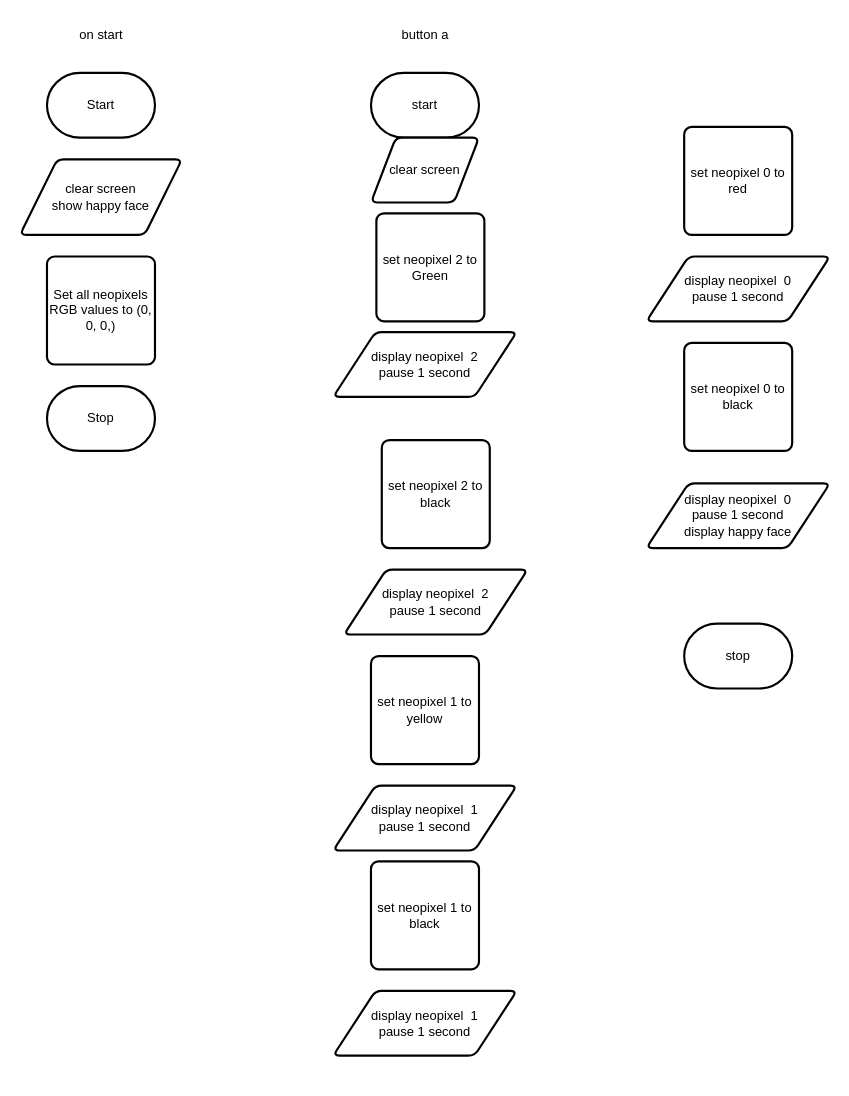
Before: design/flowchart.drawio in MTHS-TEJ2O-1-2023/TEJ2O-Unit-5-05-michael-bruneau, a draw.io diagram. Source tidied: cells renumbered, new cells numbered last; positions are measured from the earlier drawing's top-left corner, leaving out a move shared by most shapes. Both pictures are drawn from the tidied source at 108%, with x=0, y=0 at pixel (19, 18).
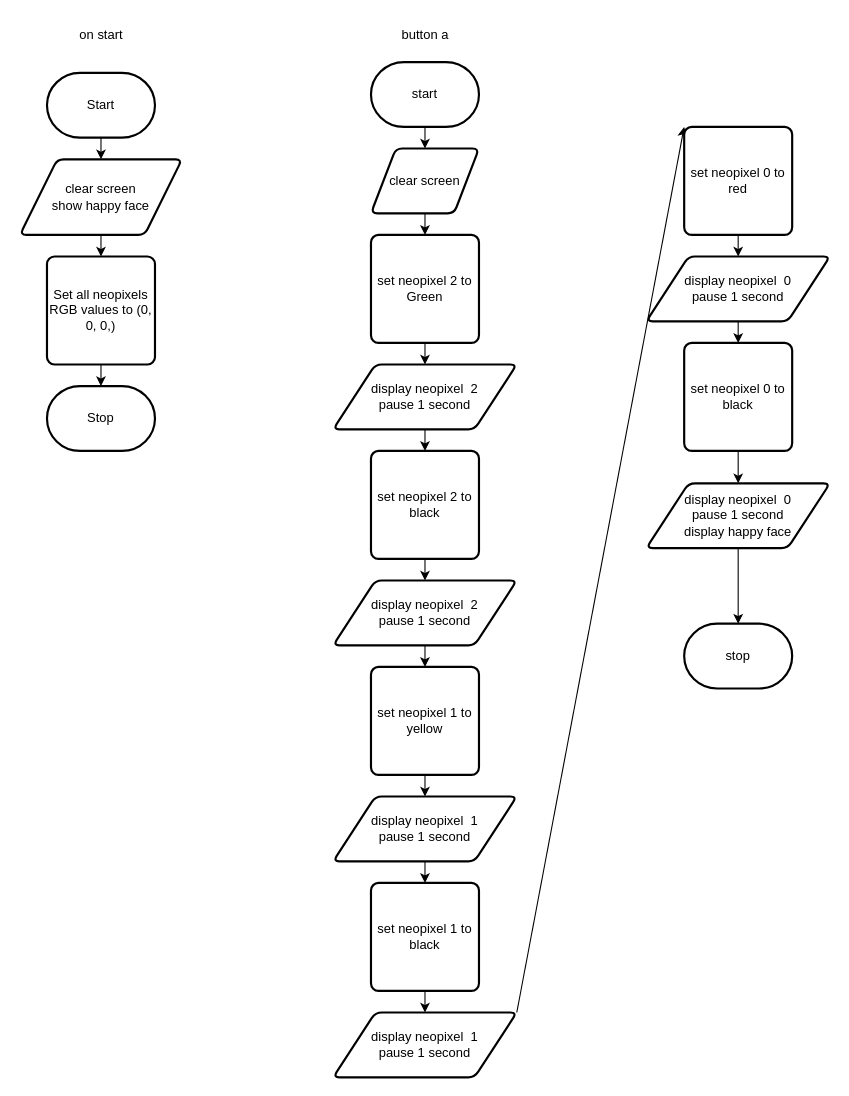
Above is the later version.

The change refers to these unchanged cells:
```xml
<mxCell id="2" value="Start" style="strokeWidth=2;html=1;shape=mxgraph.flowchart.terminator;whiteSpace=wrap;" parent="1" vertex="1">
  <mxGeometry x="25" y="50" width="100" height="60" as="geometry" />
</mxCell>
<mxCell id="3" value="Stop" style="strokeWidth=2;html=1;shape=mxgraph.flowchart.terminator;whiteSpace=wrap;" parent="1" vertex="1">
  <mxGeometry x="25" y="340" width="100" height="60" as="geometry" />
</mxCell>
<mxCell id="5" value="clear screen&lt;br&gt;show happy face" style="shape=parallelogram;html=1;strokeWidth=2;perimeter=parallelogramPerimeter;whiteSpace=wrap;rounded=1;arcSize=12;size=0.23;" parent="1" vertex="1">
  <mxGeometry y="130" width="150" height="70" as="geometry" />
</mxCell>
<mxCell id="6" value="Set all neopixels RGB values to (0, 0, 0,)" style="rounded=1;whiteSpace=wrap;html=1;absoluteArcSize=1;arcSize=14;strokeWidth=2;" parent="1" vertex="1">
  <mxGeometry x="25" y="220" width="100" height="100" as="geometry" />
</mxCell>
<mxCell id="8" value="stop" style="strokeWidth=2;html=1;shape=mxgraph.flowchart.terminator;whiteSpace=wrap;" parent="1" vertex="1">
  <mxGeometry x="615" y="560" width="100" height="60" as="geometry" />
</mxCell>
<mxCell id="19" value="set neopixel 0 to red" style="rounded=1;whiteSpace=wrap;html=1;absoluteArcSize=1;arcSize=14;strokeWidth=2;" parent="1" vertex="1">
  <mxGeometry x="615" y="100" width="100" height="100" as="geometry" />
</mxCell>
<mxCell id="20" value="display neopixel&amp;nbsp; 0&lt;br&gt;pause 1 second" style="shape=parallelogram;html=1;strokeWidth=2;perimeter=parallelogramPerimeter;whiteSpace=wrap;rounded=1;arcSize=12;size=0.23;" parent="1" vertex="1">
  <mxGeometry x="580" y="220" width="170" height="60" as="geometry" />
</mxCell>
<mxCell id="21" value="set neopixel 0 to black" style="rounded=1;whiteSpace=wrap;html=1;absoluteArcSize=1;arcSize=14;strokeWidth=2;" parent="1" vertex="1">
  <mxGeometry x="615" y="300" width="100" height="100" as="geometry" />
</mxCell>
<mxCell id="22" value="display neopixel&amp;nbsp; 0&lt;br&gt;pause 1 second&lt;br&gt;display happy face" style="shape=parallelogram;html=1;strokeWidth=2;perimeter=parallelogramPerimeter;whiteSpace=wrap;rounded=1;arcSize=12;size=0.23;" parent="1" vertex="1">
  <mxGeometry x="580" y="430" width="170" height="60" as="geometry" />
</mxCell>
```

Change to the diagram source:
```diff
@@
+    <mxCell id="23" style="edgeStyle=none;html=1;exitX=0.5;exitY=1;exitDx=0;exitDy=0;exitPerimeter=0;entryX=0.5;entryY=0;entryDx=0;entryDy=0;" parent="1" edge="1" source="2" target="5">
+      <mxGeometry relative="1" as="geometry" />
+    </mxCell>
@@
+    <mxCell id="24" style="edgeStyle=none;html=1;exitX=0.5;exitY=1;exitDx=0;exitDy=0;entryX=0.5;entryY=0;entryDx=0;entryDy=0;" parent="1" edge="1" source="5" target="6">
+      <mxGeometry relative="1" as="geometry" />
+    </mxCell>
@@
+    <mxCell id="25" style="edgeStyle=none;html=1;exitX=0.5;exitY=1;exitDx=0;exitDy=0;" parent="1" edge="1" source="6" target="3">
+      <mxGeometry relative="1" as="geometry" />
+    </mxCell>
@@
+    <mxCell id="26" style="edgeStyle=none;html=1;exitX=0.5;exitY=1;exitDx=0;exitDy=0;exitPerimeter=0;entryX=0.5;entryY=0;entryDx=0;entryDy=0;" parent="1" edge="1" source="7" target="12">
+      <mxGeometry relative="1" as="geometry" />
+    </mxCell>
     <mxCell id="7" value="start" style="strokeWidth=2;html=1;shape=mxgraph.flowchart.terminator;whiteSpace=wrap;" parent="1" vertex="1">
-      <mxGeometry x="325" y="50" width="100" height="60" as="geometry" />
+      <mxGeometry x="325" y="40" width="100" height="60" as="geometry" />
     </mxCell>
@@
+    <mxCell id="27" style="edgeStyle=none;html=1;exitX=0.5;exitY=1;exitDx=0;exitDy=0;" parent="1" edge="1" source="10" target="11">
+      <mxGeometry relative="1" as="geometry" />
+    </mxCell>
     <mxCell id="10" value="set neopixel 2 to Green" style="rounded=1;whiteSpace=wrap;html=1;absoluteArcSize=1;arcSize=14;strokeWidth=2;" parent="1" vertex="1">
-      <mxGeometry x="330" y="180" width="100" height="100" as="geometry" />
+      <mxGeometry x="325" y="200" width="100" height="100" as="geometry" />
     </mxCell>
+    <mxCell id="28" style="edgeStyle=none;html=1;exitX=0.5;exitY=1;exitDx=0;exitDy=0;" parent="1" edge="1" source="11" target="15">
+      <mxGeometry relative="1" as="geometry" />
+    </mxCell>
     <mxCell id="11" value="display neopixel&amp;nbsp; 2&lt;br&gt;pause 1 second" style="shape=parallelogram;html=1;strokeWidth=2;perimeter=parallelogramPerimeter;whiteSpace=wrap;rounded=1;arcSize=12;size=0.23;" parent="1" vertex="1">
-      <mxGeometry x="290" y="290" width="170" height="60" as="geometry" />
+      <mxGeometry x="290" y="320" width="170" height="60" as="geometry" />
     </mxCell>
+    <mxCell id="29" style="edgeStyle=none;html=1;exitX=0.5;exitY=1;exitDx=0;exitDy=0;" parent="1" edge="1" source="12" target="10">
+      <mxGeometry relative="1" as="geometry" />
+    </mxCell>
     <mxCell id="12" value="clear screen" style="shape=parallelogram;html=1;strokeWidth=2;perimeter=parallelogramPerimeter;whiteSpace=wrap;rounded=1;arcSize=12;size=0.23;" parent="1" vertex="1">
-      <mxGeometry x="325" y="110" width="100" height="60" as="geometry" />
+      <mxGeometry x="325" y="120" width="100" height="60" as="geometry" />
     </mxCell>
+    <mxCell id="30" style="edgeStyle=none;html=1;exitX=0.5;exitY=1;exitDx=0;exitDy=0;" parent="1" edge="1" source="13" target="14">
+      <mxGeometry relative="1" as="geometry" />
+    </mxCell>
     <mxCell id="13" value="set neopixel 1 to yellow" style="rounded=1;whiteSpace=wrap;html=1;absoluteArcSize=1;arcSize=14;strokeWidth=2;" parent="1" vertex="1">
-      <mxGeometry x="325" y="590" width="100" height="100" as="geometry" />
+      <mxGeometry x="325" y="600" width="100" height="100" as="geometry" />
     </mxCell>
+    <mxCell id="31" style="edgeStyle=none;html=1;exitX=0.5;exitY=1;exitDx=0;exitDy=0;entryX=0.5;entryY=0;entryDx=0;entryDy=0;" parent="1" edge="1" source="14" target="17">
+      <mxGeometry relative="1" as="geometry" />
+    </mxCell>
     <mxCell id="14" value="display neopixel&amp;nbsp; 1&lt;br&gt;pause 1 second" style="shape=parallelogram;html=1;strokeWidth=2;perimeter=parallelogramPerimeter;whiteSpace=wrap;rounded=1;arcSize=12;size=0.23;" parent="1" vertex="1">
-      <mxGeometry x="290" y="710" width="170" height="60" as="geometry" />
+      <mxGeometry x="290" y="720" width="170" height="60" as="geometry" />
     </mxCell>
+    <mxCell id="32" style="edgeStyle=none;html=1;exitX=0.5;exitY=1;exitDx=0;exitDy=0;entryX=0.5;entryY=0;entryDx=0;entryDy=0;" parent="1" edge="1" source="15" target="16">
+      <mxGeometry relative="1" as="geometry" />
+    </mxCell>
     <mxCell id="15" value="set neopixel 2 to black" style="rounded=1;whiteSpace=wrap;html=1;absoluteArcSize=1;arcSize=14;strokeWidth=2;" parent="1" vertex="1">
-      <mxGeometry x="335" y="390" width="100" height="100" as="geometry" />
+      <mxGeometry x="325" y="400" width="100" height="100" as="geometry" />
     </mxCell>
+    <mxCell id="33" style="edgeStyle=none;html=1;exitX=0.5;exitY=1;exitDx=0;exitDy=0;entryX=0.5;entryY=0;entryDx=0;entryDy=0;" parent="1" edge="1" source="16" target="13">
+      <mxGeometry relative="1" as="geometry" />
+    </mxCell>
     <mxCell id="16" value="display neopixel&amp;nbsp; 2&lt;br&gt;pause 1 second" style="shape=parallelogram;html=1;strokeWidth=2;perimeter=parallelogramPerimeter;whiteSpace=wrap;rounded=1;arcSize=12;size=0.23;" parent="1" vertex="1">
-      <mxGeometry x="300" y="510" width="170" height="60" as="geometry" />
+      <mxGeometry x="290" y="520" width="170" height="60" as="geometry" />
     </mxCell>
+    <mxCell id="34" style="edgeStyle=none;html=1;exitX=0.5;exitY=1;exitDx=0;exitDy=0;" parent="1" edge="1" source="17" target="18">
+      <mxGeometry relative="1" as="geometry" />
+    </mxCell>
     <mxCell id="17" value="set neopixel 1 to black" style="rounded=1;whiteSpace=wrap;html=1;absoluteArcSize=1;arcSize=14;strokeWidth=2;" parent="1" vertex="1">
-      <mxGeometry x="325" y="780" width="100" height="100" as="geometry" />
+      <mxGeometry x="325" y="800" width="100" height="100" as="geometry" />
     </mxCell>
+    <mxCell id="35" style="edgeStyle=none;html=1;exitX=1;exitY=0;exitDx=0;exitDy=0;entryX=0;entryY=0;entryDx=0;entryDy=0;" parent="1" edge="1" source="18" target="19">
+      <mxGeometry relative="1" as="geometry" />
+    </mxCell>
     <mxCell id="18" value="display neopixel&amp;nbsp; 1&lt;br&gt;pause 1 second" style="shape=parallelogram;html=1;strokeWidth=2;perimeter=parallelogramPerimeter;whiteSpace=wrap;rounded=1;arcSize=12;size=0.23;" parent="1" vertex="1">
-      <mxGeometry x="290" y="900" width="170" height="60" as="geometry" />
+      <mxGeometry x="290" y="920" width="170" height="60" as="geometry" />
     </mxCell>
+    <mxCell id="36" style="edgeStyle=none;html=1;exitX=0.5;exitY=1;exitDx=0;exitDy=0;" parent="1" edge="1" source="19" target="20">
+      <mxGeometry relative="1" as="geometry" />
+    </mxCell>
@@
+    <mxCell id="37" style="edgeStyle=none;html=1;exitX=0.5;exitY=1;exitDx=0;exitDy=0;" parent="1" edge="1" source="20" target="21">
+      <mxGeometry relative="1" as="geometry" />
+    </mxCell>
@@
+    <mxCell id="38" style="edgeStyle=none;html=1;exitX=0.5;exitY=1;exitDx=0;exitDy=0;entryX=0.5;entryY=0;entryDx=0;entryDy=0;" parent="1" edge="1" source="21" target="22">
+      <mxGeometry relative="1" as="geometry" />
+    </mxCell>
@@
+    <mxCell id="39" style="edgeStyle=none;html=1;exitX=0.5;exitY=1;exitDx=0;exitDy=0;" parent="1" edge="1" source="22" target="8">
+      <mxGeometry relative="1" as="geometry" />
+    </mxCell>
```
